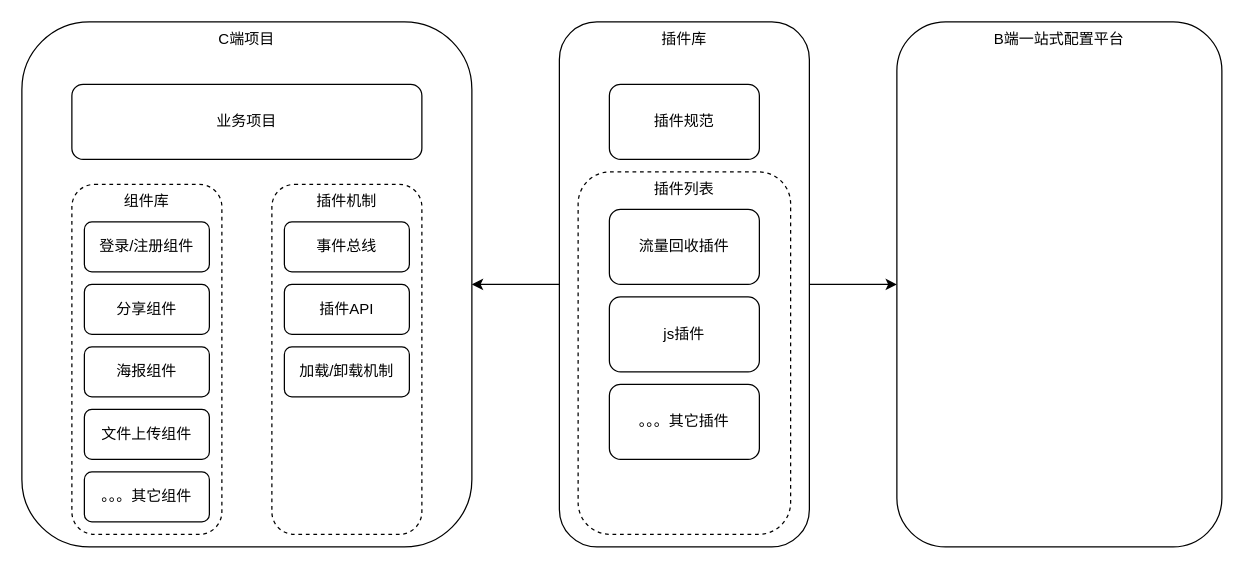
The draw.io diagram fe plugin.drawio in nicejacket/uml, before the edit. Source tidied: cells renumbered, new cells numbered last; positions are measured from the earlier drawing's top-left corner, leaving out a move shared by most shapes. Both pictures are drawn from the tidied source at 125%, with x=0, y=0 at pixel (21, 21).
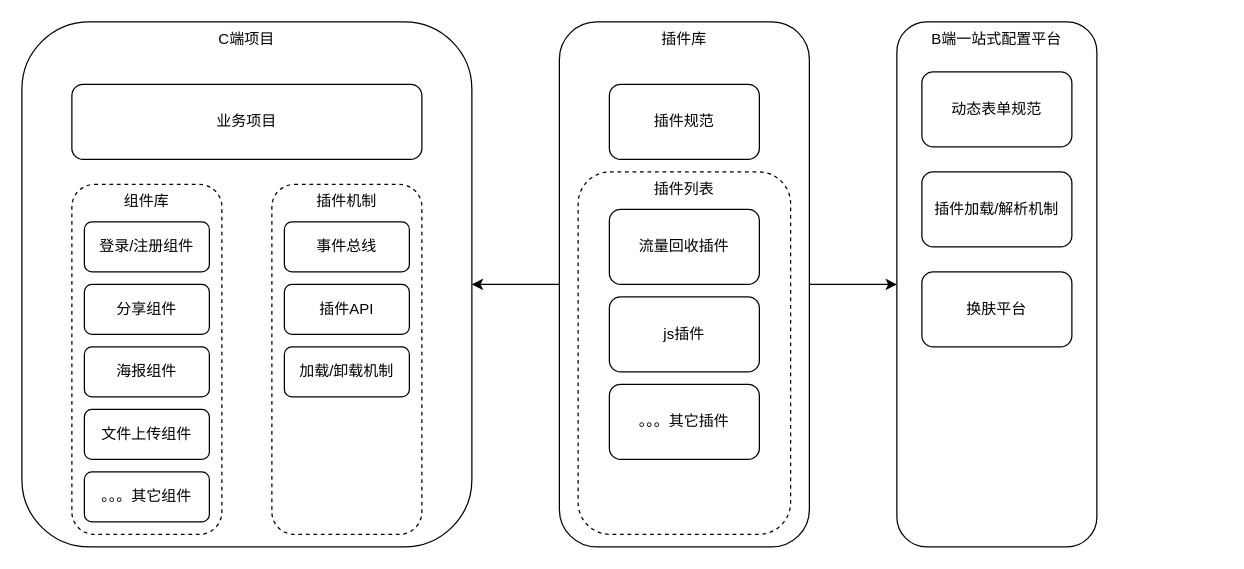
The same diagram, later.

Diff of the diagram source:
```diff
@@
     <mxCell id="17" value="B端一站式配置平台" style="rounded=1;whiteSpace=wrap;html=1;verticalAlign=top;" parent="1" vertex="1">
-      <mxGeometry x="700" width="260" height="420" as="geometry" />
+      <mxGeometry x="700" width="160" height="420" as="geometry" />
     </mxCell>
@@
+    <mxCell id="23" value="动态表单规范" style="rounded=1;whiteSpace=wrap;html=1;" parent="1" vertex="1">
+      <mxGeometry x="720" y="40" width="120" height="60" as="geometry" />
+    </mxCell>
+    <mxCell id="24" value="换肤平台" style="rounded=1;whiteSpace=wrap;html=1;" parent="1" vertex="1">
+      <mxGeometry x="720" y="200" width="120" height="60" as="geometry" />
+    </mxCell>
+    <mxCell id="25" value="插件加载/解析机制" style="rounded=1;whiteSpace=wrap;html=1;" parent="1" vertex="1">
+      <mxGeometry x="720" y="120" width="120" height="60" as="geometry" />
+    </mxCell>
```
